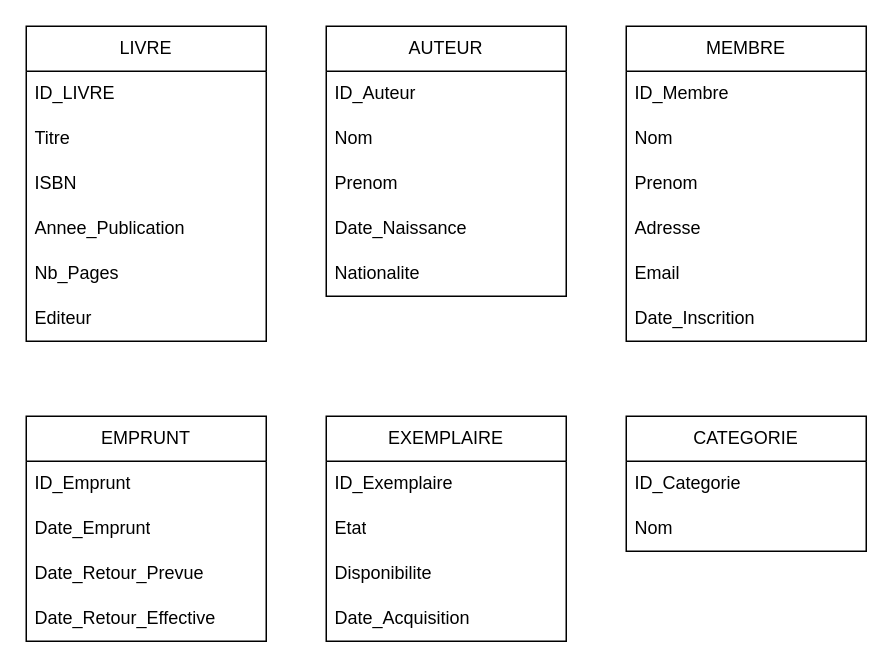
This is Diagramme sans nom.drawio from Naifozz/exo12, a draw.io file, before an edit. Source tidied: cells renumbered, new cells numbered last; positions are measured from the earlier drawing's top-left corner, leaving out a move shared by most shapes. Both pictures are drawn from the tidied source at 150%, with x=0, y=0 at pixel (26, 26).
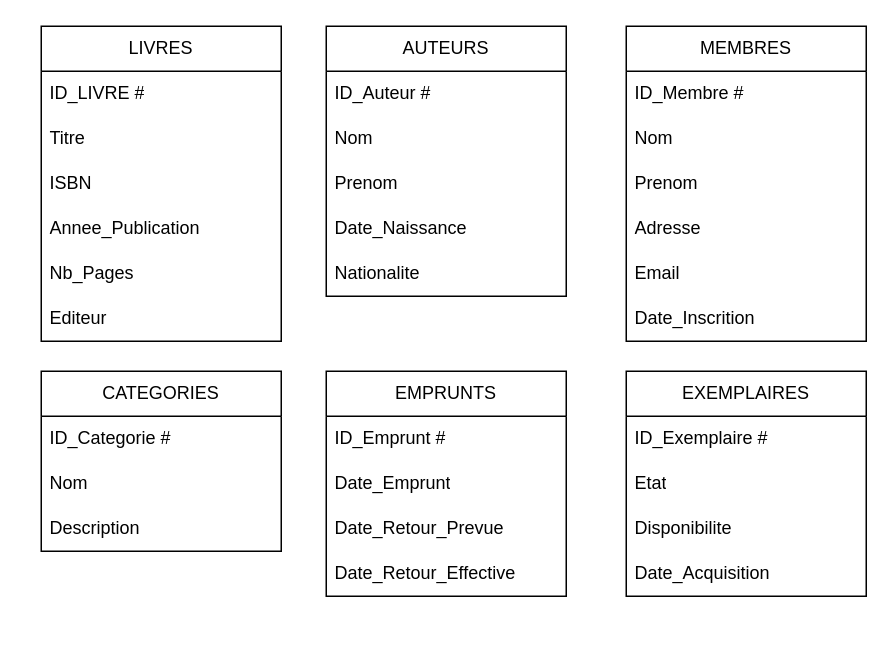
After the change.

Commit message (it also covers changes not shown here):
Mettre à jour Diagramme sans nom.drawio

Change to the diagram source:
```diff
@@
-    <mxCell id="2" value="LIVRE" style="swimlane;fontStyle=0;horizontal=1;startSize=30;whiteSpace=wrap;html=1;" parent="1" vertex="1">
-      <mxGeometry width="160" height="210" as="geometry" />
+    <mxCell id="2" value="LIVRES" style="swimlane;fontStyle=0;horizontal=1;startSize=30;whiteSpace=wrap;html=1;" parent="1" vertex="1">
+      <mxGeometry x="10" width="160" height="210" as="geometry" />
     </mxCell>
-    <mxCell id="3" value="ID_LIVRE" style="text;strokeColor=none;fillColor=none;align=left;verticalAlign=middle;spacingLeft=4;spacingRight=4;overflow=hidden;whiteSpace=wrap;html=1;" parent="2" vertex="1">
+    <mxCell id="3" value="ID_LIVRE #" style="text;strokeColor=none;fillColor=none;align=left;verticalAlign=middle;spacingLeft=4;spacingRight=4;overflow=hidden;whiteSpace=wrap;html=1;" parent="2" vertex="1">
       <mxGeometry y="30" width="160" height="30" as="geometry" />
     </mxCell>
@@
-    <mxCell id="9" value="AUTEUR" style="swimlane;fontStyle=0;horizontal=1;startSize=30;whiteSpace=wrap;html=1;" parent="1" vertex="1">
+    <mxCell id="9" value="AUTEURS" style="swimlane;fontStyle=0;horizontal=1;startSize=30;whiteSpace=wrap;html=1;" parent="1" vertex="1">
       <mxGeometry x="200" width="160" height="180" as="geometry" />
     </mxCell>
-    <mxCell id="10" value="ID_Auteur" style="text;strokeColor=none;fillColor=none;align=left;verticalAlign=middle;spacingLeft=4;spacingRight=4;overflow=hidden;whiteSpace=wrap;html=1;" parent="9" vertex="1">
+    <mxCell id="10" value="ID_Auteur #" style="text;strokeColor=none;fillColor=none;align=left;verticalAlign=middle;spacingLeft=4;spacingRight=4;overflow=hidden;whiteSpace=wrap;html=1;" parent="9" vertex="1">
       <mxGeometry y="30" width="160" height="30" as="geometry" />
     </mxCell>
@@
-    <mxCell id="15" value="MEMBRE" style="swimlane;fontStyle=0;horizontal=1;startSize=30;whiteSpace=wrap;html=1;" parent="1" vertex="1">
+    <mxCell id="15" value="MEMBRES" style="swimlane;fontStyle=0;horizontal=1;startSize=30;whiteSpace=wrap;html=1;" parent="1" vertex="1">
       <mxGeometry x="400" width="160" height="210" as="geometry" />
     </mxCell>
-    <mxCell id="16" value="ID_Membre" style="text;strokeColor=none;fillColor=none;align=left;verticalAlign=middle;spacingLeft=4;spacingRight=4;overflow=hidden;whiteSpace=wrap;html=1;" parent="15" vertex="1">
+    <mxCell id="16" value="ID_Membre #" style="text;strokeColor=none;fillColor=none;align=left;verticalAlign=middle;spacingLeft=4;spacingRight=4;overflow=hidden;whiteSpace=wrap;html=1;" parent="15" vertex="1">
       <mxGeometry y="30" width="160" height="30" as="geometry" />
     </mxCell>
@@
-    <mxCell id="22" value="EMPRUNT" style="swimlane;fontStyle=0;horizontal=1;startSize=30;whiteSpace=wrap;html=1;" parent="1" vertex="1">
-      <mxGeometry y="260" width="160" height="150" as="geometry" />
+    <mxCell id="22" value="EMPRUNTS" style="swimlane;fontStyle=0;horizontal=1;startSize=30;whiteSpace=wrap;html=1;" parent="1" vertex="1">
+      <mxGeometry x="200" y="230" width="160" height="150" as="geometry" />
     </mxCell>
-    <mxCell id="23" value="ID_Emprunt" style="text;strokeColor=none;fillColor=none;align=left;verticalAlign=middle;spacingLeft=4;spacingRight=4;overflow=hidden;whiteSpace=wrap;html=1;" parent="22" vertex="1">
+    <mxCell id="23" value="ID_Emprunt #" style="text;strokeColor=none;fillColor=none;align=left;verticalAlign=middle;spacingLeft=4;spacingRight=4;overflow=hidden;whiteSpace=wrap;html=1;" parent="22" vertex="1">
       <mxGeometry y="30" width="160" height="30" as="geometry" />
     </mxCell>
@@
-    <mxCell id="27" value="EXEMPLAIRE" style="swimlane;fontStyle=0;horizontal=1;startSize=30;whiteSpace=wrap;html=1;" parent="1" vertex="1">
-      <mxGeometry x="200" y="260" width="160" height="150" as="geometry" />
+    <mxCell id="27" value="EXEMPLAIRES" style="swimlane;fontStyle=0;horizontal=1;startSize=30;whiteSpace=wrap;html=1;" parent="1" vertex="1">
+      <mxGeometry x="400" y="230" width="160" height="150" as="geometry" />
     </mxCell>
-    <mxCell id="28" value="ID_Exemplaire" style="text;strokeColor=none;fillColor=none;align=left;verticalAlign=middle;spacingLeft=4;spacingRight=4;overflow=hidden;whiteSpace=wrap;html=1;" parent="27" vertex="1">
+    <mxCell id="28" value="ID_Exemplaire #" style="text;strokeColor=none;fillColor=none;align=left;verticalAlign=middle;spacingLeft=4;spacingRight=4;overflow=hidden;whiteSpace=wrap;html=1;" parent="27" vertex="1">
       <mxGeometry y="30" width="160" height="30" as="geometry" />
     </mxCell>
@@
-    <mxCell id="32" value="CATEGORIE" style="swimlane;fontStyle=0;horizontal=1;startSize=30;whiteSpace=wrap;html=1;" parent="1" vertex="1">
-      <mxGeometry x="400" y="260" width="160" height="90" as="geometry" />
+    <mxCell id="32" value="CATEGORIES" style="swimlane;fontStyle=0;horizontal=1;startSize=30;whiteSpace=wrap;html=1;" parent="1" vertex="1">
+      <mxGeometry x="10" y="230" width="160" height="120" as="geometry" />
     </mxCell>
-    <mxCell id="33" value="ID_Categorie" style="text;strokeColor=none;fillColor=none;align=left;verticalAlign=middle;spacingLeft=4;spacingRight=4;overflow=hidden;whiteSpace=wrap;html=1;" parent="32" vertex="1">
+    <mxCell id="33" value="ID_Categorie #" style="text;strokeColor=none;fillColor=none;align=left;verticalAlign=middle;spacingLeft=4;spacingRight=4;overflow=hidden;whiteSpace=wrap;html=1;" parent="32" vertex="1">
       <mxGeometry y="30" width="160" height="30" as="geometry" />
     </mxCell>
+    <mxCell id="35" value="Nom" style="text;strokeColor=none;fillColor=none;align=left;verticalAlign=middle;spacingLeft=4;spacingRight=4;overflow=hidden;whiteSpace=wrap;html=1;" parent="32" vertex="1">
+      <mxGeometry y="60" width="160" height="30" as="geometry" />
+    </mxCell>
-    <mxCell id="34" value="Nom" style="text;strokeColor=none;fillColor=none;align=left;verticalAlign=middle;spacingLeft=4;spacingRight=4;overflow=hidden;whiteSpace=wrap;html=1;" parent="32" vertex="1">
-      <mxGeometry y="60" width="160" height="30" as="geometry" />
+    <mxCell id="34" value="Description" style="text;strokeColor=none;fillColor=none;align=left;verticalAlign=middle;spacingLeft=4;spacingRight=4;overflow=hidden;whiteSpace=wrap;html=1;" parent="32" vertex="1">
+      <mxGeometry y="90" width="160" height="30" as="geometry" />
     </mxCell>
```
